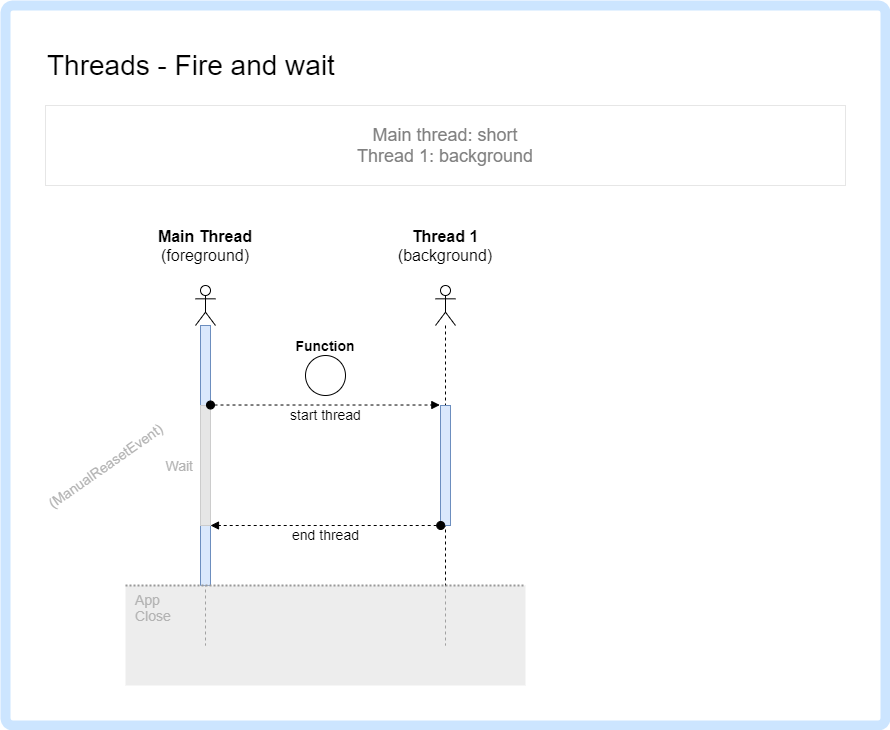
Above: doc/diagrams/04 - threads-04.drawio.png in CSharp-Pills-15mg/Parallel-Evolution (draw.io), before the change. Source tidied: cells renumbered, new cells last; positions are measured from the earlier drawing's top-left corner, leaving out a move shared by most shapes.
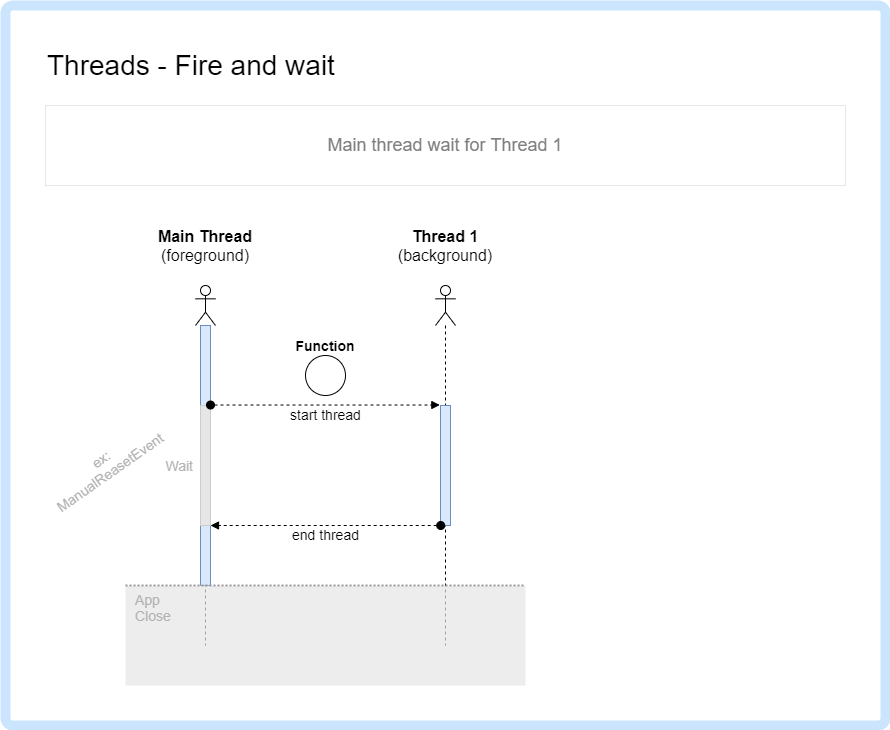
The same diagram one commit later.

Change to the diagram source:
```diff
@@ -29,7 +29,7 @@
     <mxCell id="10" value="App&lt;br&gt;Close" style="rounded=0;whiteSpace=wrap;html=1;fontSize=14;align=left;strokeColor=none;fillColor=#E6E6E6;opacity=70;verticalAlign=top;spacingLeft=8;fontColor=#B3B3B3;" parent="1" vertex="1">
       <mxGeometry x="120" y="580" width="400" height="100" as="geometry" />
     </mxCell>
-    <mxCell id="11" value="Main thread: short&lt;br&gt;Thread 1: background" style="text;html=1;fillColor=none;align=center;verticalAlign=middle;whiteSpace=wrap;rounded=0;fontSize=18;fontColor=#808080;strokeColor=#E6E6E6;" parent="1" vertex="1">
+    <mxCell id="11" value="Main thread wait for Thread 1" style="text;html=1;fillColor=none;align=center;verticalAlign=middle;whiteSpace=wrap;rounded=0;fontSize=18;fontColor=#808080;strokeColor=#E6E6E6;" parent="1" vertex="1">
       <mxGeometry x="40" y="100" width="800" height="80" as="geometry" />
     </mxCell>
     <mxCell id="12" style="html=1;perimeter=orthogonalPerimeter;fontSize=18;align=left;fontColor=#333333;fillColor=#E6E6E6;strokeColor=#CCCCCC;" parent="1" vertex="1">
@@ -49,7 +49,7 @@
     <mxCell id="16" style="endArrow=none;dashed=1;html=1;dashPattern=1 1;strokeWidth=2;fontSize=14;strokeColor=#999999;entryX=1;entryY=0;entryDx=0;entryDy=0;exitX=0;exitY=0;exitDx=0;exitDy=0;" parent="1" edge="1" source="10" target="10">
       <mxGeometry relative="1" as="geometry" />
     </mxCell>
-    <mxCell id="17" value="&lt;span&gt;(ManualReasetEvent)&lt;/span&gt;" style="text;html=1;strokeColor=none;fillColor=none;align=center;verticalAlign=middle;whiteSpace=wrap;rounded=0;fontSize=14;fontStyle=0;fontColor=#B3B3B3;rotation=-35;" parent="1" vertex="1">
+    <mxCell id="17" value="&lt;span&gt;ex:&lt;br&gt;ManualReasetEvent&lt;/span&gt;" style="text;html=1;strokeColor=none;fillColor=none;align=center;verticalAlign=middle;whiteSpace=wrap;rounded=0;fontSize=14;fontStyle=0;fontColor=#B3B3B3;rotation=-35;" parent="1" vertex="1">
       <mxGeometry x="60" y="450" width="80" height="20" as="geometry" />
     </mxCell>
     <mxCell id="18" value="&lt;b&gt;Function&lt;/b&gt;" style="text;html=1;strokeColor=none;fillColor=none;align=center;verticalAlign=middle;whiteSpace=wrap;rounded=0;fontSize=14;" parent="1" vertex="1">
```
